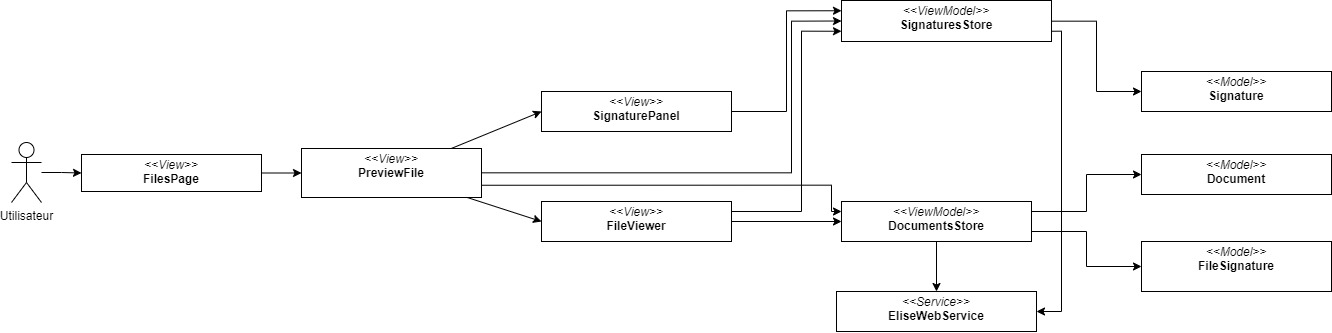
PFE-Neoledge-2023/rapport keeps this draw.io diagram as images_pfe/dca_sprint4.png. Above is the earlier version. Source tidied: cells renumbered, new cells last; positions are measured from the earlier drawing's top-left corner, leaving out a move shared by most shapes. The source it was exported from:
```xml
<mxGraphModel>
  <root>
    <mxCell id="0" />
    <mxCell id="1" parent="0" />
    <mxCell id="2" style="edgeStyle=orthogonalEdgeStyle;rounded=0;jettySize=auto;html=1;entryX=0;entryY=0.5;entryDx=0;entryDy=0;" parent="1" edge="1" source="3" target="5">
      <mxGeometry relative="1" as="geometry" />
    </mxCell>
    <mxCell id="3" value="Utilisateur" style="shape=umlActor;verticalLabelPosition=bottom;verticalAlign=top;html=1;outlineConnect=0;" parent="1" vertex="1">
      <mxGeometry y="142" width="30" height="60" as="geometry" />
    </mxCell>
    <mxCell id="4" style="edgeStyle=none;html=1;entryX=0;entryY=0.5;entryDx=0;entryDy=0;" parent="1" edge="1" source="5" target="15">
      <mxGeometry relative="1" as="geometry" />
    </mxCell>
    <mxCell id="5" value="&lt;p style=&quot;margin:0px;margin-top:4px;text-align:center;&quot;&gt;&lt;i&gt;&amp;lt;&amp;lt;View&amp;gt;&amp;gt;&lt;/i&gt;&lt;br&gt;&lt;b&gt;FilesPage&lt;/b&gt;&lt;/p&gt;&lt;p style=&quot;border-color: var(--border-color); margin: 0px 0px 0px 4px;&quot;&gt;&lt;br&gt;&lt;/p&gt;" style="verticalAlign=top;align=left;overflow=fill;fontSize=12;fontFamily=Helvetica;html=1;whiteSpace=wrap;" parent="1" vertex="1">
      <mxGeometry x="70" y="154" width="180" height="37" as="geometry" />
    </mxCell>
    <mxCell id="6" style="edgeStyle=orthogonalEdgeStyle;rounded=0;html=1;entryX=0;entryY=0.5;entryDx=0;entryDy=0;exitX=1;exitY=0.75;exitDx=0;exitDy=0;" parent="1" edge="1" source="9" target="21">
      <mxGeometry relative="1" as="geometry" />
    </mxCell>
    <mxCell id="7" style="edgeStyle=orthogonalEdgeStyle;rounded=0;html=1;entryX=0;entryY=0.5;entryDx=0;entryDy=0;exitX=1;exitY=0.25;exitDx=0;exitDy=0;" parent="1" edge="1" source="9" target="25">
      <mxGeometry relative="1" as="geometry" />
    </mxCell>
    <mxCell id="8" style="edgeStyle=orthogonalEdgeStyle;rounded=0;html=1;entryX=0.5;entryY=0;entryDx=0;entryDy=0;" parent="1" edge="1" source="9" target="26">
      <mxGeometry relative="1" as="geometry" />
    </mxCell>
    <mxCell id="9" value="&lt;p style=&quot;margin:0px;margin-top:4px;text-align:center;&quot;&gt;&lt;i&gt;&amp;lt;&amp;lt;ViewModel&amp;gt;&amp;gt;&lt;/i&gt;&lt;br&gt;&lt;b&gt;DocumentsStore&lt;/b&gt;&lt;/p&gt;&lt;div&gt;&lt;br&gt;&lt;/div&gt;" style="verticalAlign=top;align=left;overflow=fill;fontSize=12;fontFamily=Helvetica;html=1;whiteSpace=wrap;" parent="1" vertex="1">
      <mxGeometry x="830" y="201" width="190" height="40" as="geometry" />
    </mxCell>
    <mxCell id="10" value="&lt;p style=&quot;margin:0px;margin-top:4px;text-align:center;&quot;&gt;&lt;i&gt;&amp;lt;&amp;lt;Model&amp;gt;&amp;gt;&lt;/i&gt;&lt;br&gt;&lt;b&gt;Signature&lt;/b&gt;&lt;/p&gt;&lt;p style=&quot;margin:0px;margin-left:4px;&quot;&gt;&lt;br&gt;&lt;/p&gt;" style="verticalAlign=top;align=left;overflow=fill;fontSize=12;fontFamily=Helvetica;html=1;whiteSpace=wrap;" parent="1" vertex="1">
      <mxGeometry x="1130" y="71" width="190" height="40" as="geometry" />
    </mxCell>
    <mxCell id="11" style="edgeStyle=none;html=1;entryX=0;entryY=0.5;entryDx=0;entryDy=0;" parent="1" edge="1" source="15" target="18">
      <mxGeometry relative="1" as="geometry" />
    </mxCell>
    <mxCell id="12" style="edgeStyle=none;html=1;entryX=0;entryY=0.5;entryDx=0;entryDy=0;" parent="1" edge="1" source="15" target="20">
      <mxGeometry relative="1" as="geometry" />
    </mxCell>
    <mxCell id="13" style="edgeStyle=orthogonalEdgeStyle;rounded=0;html=1;entryX=0;entryY=0.5;entryDx=0;entryDy=0;" parent="1" edge="1" source="15" target="24">
      <mxGeometry relative="1" as="geometry">
        <Array as="points">
          <mxPoint x="780" y="173" />
          <mxPoint x="780" y="21" />
        </Array>
      </mxGeometry>
    </mxCell>
    <mxCell id="14" style="edgeStyle=orthogonalEdgeStyle;rounded=0;html=1;exitX=1;exitY=0.75;exitDx=0;exitDy=0;entryX=0;entryY=0.25;entryDx=0;entryDy=0;" parent="1" edge="1" source="15" target="9">
      <mxGeometry relative="1" as="geometry">
        <Array as="points">
          <mxPoint x="820" y="185" />
          <mxPoint x="820" y="211" />
        </Array>
      </mxGeometry>
    </mxCell>
    <mxCell id="15" value="&lt;p style=&quot;margin:0px;margin-top:4px;text-align:center;&quot;&gt;&lt;i&gt;&amp;lt;&amp;lt;View&amp;gt;&amp;gt;&lt;/i&gt;&lt;br&gt;&lt;b&gt;PreviewFile&lt;br&gt;&lt;/b&gt;&lt;/p&gt;" style="verticalAlign=top;align=left;overflow=fill;fontSize=12;fontFamily=Helvetica;html=1;whiteSpace=wrap;" parent="1" vertex="1">
      <mxGeometry x="290" y="148" width="180" height="49" as="geometry" />
    </mxCell>
    <mxCell id="16" style="edgeStyle=orthogonalEdgeStyle;rounded=0;html=1;entryX=0;entryY=0.5;entryDx=0;entryDy=0;" parent="1" edge="1" source="18" target="9">
      <mxGeometry relative="1" as="geometry" />
    </mxCell>
    <mxCell id="17" style="edgeStyle=orthogonalEdgeStyle;rounded=0;html=1;entryX=0;entryY=0.75;entryDx=0;entryDy=0;" parent="1" edge="1" source="18" target="24">
      <mxGeometry relative="1" as="geometry">
        <Array as="points">
          <mxPoint x="790" y="211" />
          <mxPoint x="790" y="31" />
        </Array>
      </mxGeometry>
    </mxCell>
    <mxCell id="18" value="&lt;p style=&quot;margin:0px;margin-top:4px;text-align:center;&quot;&gt;&lt;i&gt;&amp;lt;&amp;lt;View&amp;gt;&amp;gt;&lt;/i&gt;&lt;br&gt;&lt;b&gt;FileViewer&lt;/b&gt;&lt;/p&gt;&lt;p style=&quot;border-color: var(--border-color); margin: 0px 0px 0px 4px;&quot;&gt;&lt;br&gt;&lt;/p&gt;" style="verticalAlign=top;align=left;overflow=fill;fontSize=12;fontFamily=Helvetica;html=1;whiteSpace=wrap;" parent="1" vertex="1">
      <mxGeometry x="530" y="201" width="190" height="40" as="geometry" />
    </mxCell>
    <mxCell id="19" style="edgeStyle=orthogonalEdgeStyle;rounded=0;html=1;entryX=0;entryY=0.25;entryDx=0;entryDy=0;" parent="1" edge="1" source="20" target="24">
      <mxGeometry relative="1" as="geometry" />
    </mxCell>
    <mxCell id="20" value="&lt;p style=&quot;margin:0px;margin-top:4px;text-align:center;&quot;&gt;&lt;i&gt;&amp;lt;&amp;lt;View&amp;gt;&amp;gt;&lt;/i&gt;&lt;br&gt;&lt;b&gt;SignaturePanel&lt;/b&gt;&lt;br&gt;&lt;/p&gt;&lt;p style=&quot;border-color: var(--border-color); margin: 0px 0px 0px 4px;&quot;&gt;&lt;br&gt;&lt;/p&gt;" style="verticalAlign=top;align=left;overflow=fill;fontSize=12;fontFamily=Helvetica;html=1;whiteSpace=wrap;" parent="1" vertex="1">
      <mxGeometry x="530" y="91" width="190" height="40" as="geometry" />
    </mxCell>
    <mxCell id="21" value="&lt;p style=&quot;margin:0px;margin-top:4px;text-align:center;&quot;&gt;&lt;i&gt;&amp;lt;&amp;lt;Model&amp;gt;&amp;gt;&lt;/i&gt;&lt;br&gt;&lt;b&gt;FileSignature&lt;/b&gt;&lt;/p&gt;" style="verticalAlign=top;align=left;overflow=fill;fontSize=12;fontFamily=Helvetica;html=1;whiteSpace=wrap;" parent="1" vertex="1">
      <mxGeometry x="1130" y="241" width="190" height="50" as="geometry" />
    </mxCell>
    <mxCell id="22" style="edgeStyle=orthogonalEdgeStyle;html=1;entryX=0;entryY=0.5;entryDx=0;entryDy=0;rounded=0;" parent="1" edge="1" source="24" target="10">
      <mxGeometry relative="1" as="geometry" />
    </mxCell>
    <mxCell id="23" style="edgeStyle=orthogonalEdgeStyle;rounded=0;html=1;exitX=1;exitY=0.75;exitDx=0;exitDy=0;entryX=1;entryY=0.5;entryDx=0;entryDy=0;" parent="1" edge="1" source="24" target="26">
      <mxGeometry relative="1" as="geometry" />
    </mxCell>
    <mxCell id="24" value="&lt;p style=&quot;margin:0px;margin-top:4px;text-align:center;&quot;&gt;&lt;i&gt;&amp;lt;&amp;lt;ViewModel&amp;gt;&amp;gt;&lt;/i&gt;&lt;br&gt;&lt;b&gt;SignaturesStore&lt;/b&gt;&lt;/p&gt;&lt;p style=&quot;margin:0px;margin-left:4px;&quot;&gt;&lt;br&gt;&lt;/p&gt;" style="verticalAlign=top;align=left;overflow=fill;fontSize=12;fontFamily=Helvetica;html=1;whiteSpace=wrap;" parent="1" vertex="1">
      <mxGeometry x="830" width="210" height="41" as="geometry" />
    </mxCell>
    <mxCell id="25" value="&lt;p style=&quot;margin:0px;margin-top:4px;text-align:center;&quot;&gt;&lt;i&gt;&amp;lt;&amp;lt;Model&amp;gt;&amp;gt;&lt;/i&gt;&lt;br&gt;&lt;b&gt;Document&lt;/b&gt;&lt;/p&gt;&lt;p style=&quot;margin: 0px 0px 0px 4px;&quot;&gt;&lt;br&gt;&lt;/p&gt;" style="verticalAlign=top;align=left;overflow=fill;fontSize=12;fontFamily=Helvetica;html=1;whiteSpace=wrap;" parent="1" vertex="1">
      <mxGeometry x="1130" y="154" width="190" height="40" as="geometry" />
    </mxCell>
    <mxCell id="26" value="&lt;p style=&quot;margin:0px;margin-top:4px;text-align:center;&quot;&gt;&lt;i&gt;&amp;lt;&amp;lt;Service&amp;gt;&amp;gt;&lt;/i&gt;&lt;br&gt;&lt;b&gt;EliseWebService&lt;/b&gt;&lt;/p&gt;&lt;p style=&quot;margin:0px;margin-left:4px;&quot;&gt;&lt;br&gt;&lt;/p&gt;" style="verticalAlign=top;align=left;overflow=fill;fontSize=12;fontFamily=Helvetica;html=1;whiteSpace=wrap;" parent="1" vertex="1">
      <mxGeometry x="825" y="291" width="200" height="40" as="geometry" />
    </mxCell>
  </root>
</mxGraphModel>
```
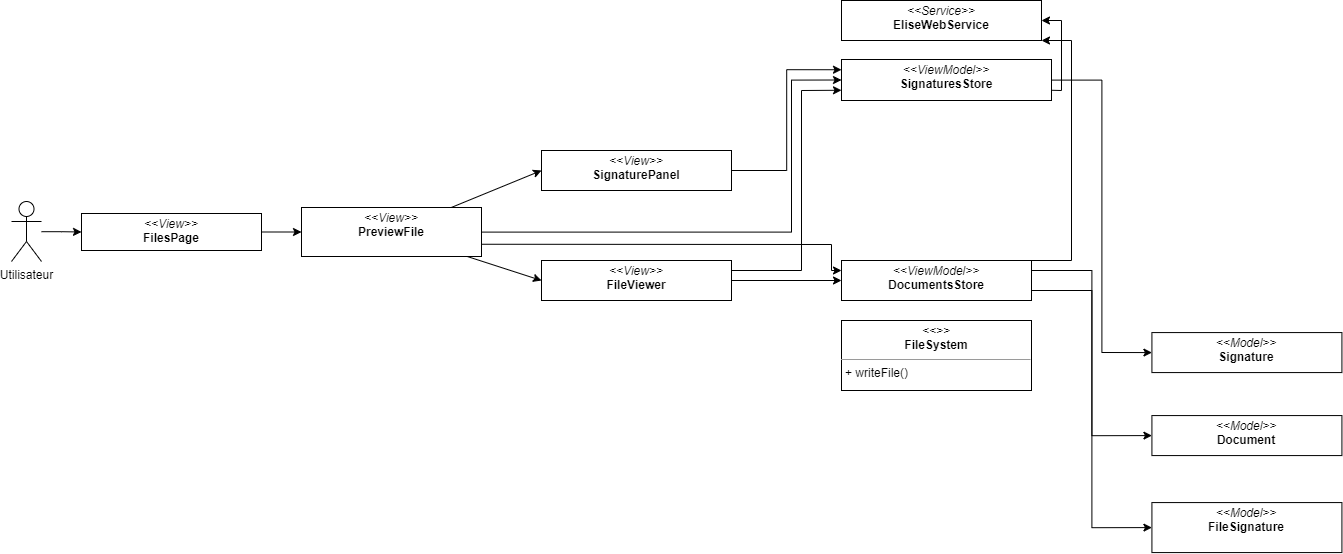
After the change.

What changed in the source:
```diff
@@ -20,14 +20,19 @@
     <mxCell id="7" style="edgeStyle=orthogonalEdgeStyle;rounded=0;html=1;entryX=0;entryY=0.5;entryDx=0;entryDy=0;exitX=1;exitY=0.25;exitDx=0;exitDy=0;" parent="1" edge="1" source="9" target="25">
       <mxGeometry relative="1" as="geometry" />
     </mxCell>
-    <mxCell id="8" style="edgeStyle=orthogonalEdgeStyle;rounded=0;html=1;entryX=0.5;entryY=0;entryDx=0;entryDy=0;" parent="1" edge="1" source="9" target="26">
-      <mxGeometry relative="1" as="geometry" />
+    <mxCell id="8" style="edgeStyle=orthogonalEdgeStyle;rounded=0;html=1;exitX=1;exitY=0;exitDx=0;exitDy=0;entryX=1;entryY=1;entryDx=0;entryDy=0;" parent="1" edge="1" source="9" target="26">
+      <mxGeometry relative="1" as="geometry">
+        <Array as="points">
+          <mxPoint x="1060" y="201" />
+          <mxPoint x="1060" y="-19" />
+        </Array>
+      </mxGeometry>
     </mxCell>
     <mxCell id="9" value="&lt;p style=&quot;margin:0px;margin-top:4px;text-align:center;&quot;&gt;&lt;i&gt;&amp;lt;&amp;lt;ViewModel&amp;gt;&amp;gt;&lt;/i&gt;&lt;br&gt;&lt;b&gt;DocumentsStore&lt;/b&gt;&lt;/p&gt;&lt;div&gt;&lt;br&gt;&lt;/div&gt;" style="verticalAlign=top;align=left;overflow=fill;fontSize=12;fontFamily=Helvetica;html=1;whiteSpace=wrap;" parent="1" vertex="1">
       <mxGeometry x="830" y="201" width="190" height="40" as="geometry" />
     </mxCell>
     <mxCell id="10" value="&lt;p style=&quot;margin:0px;margin-top:4px;text-align:center;&quot;&gt;&lt;i&gt;&amp;lt;&amp;lt;Model&amp;gt;&amp;gt;&lt;/i&gt;&lt;br&gt;&lt;b&gt;Signature&lt;/b&gt;&lt;/p&gt;&lt;p style=&quot;margin:0px;margin-left:4px;&quot;&gt;&lt;br&gt;&lt;/p&gt;" style="verticalAlign=top;align=left;overflow=fill;fontSize=12;fontFamily=Helvetica;html=1;whiteSpace=wrap;" parent="1" vertex="1">
-      <mxGeometry x="1130" y="71" width="190" height="40" as="geometry" />
+      <mxGeometry x="1140.4" y="273.1" width="190" height="40" as="geometry" />
     </mxCell>
     <mxCell id="11" style="edgeStyle=none;html=1;entryX=0;entryY=0.5;entryDx=0;entryDy=0;" parent="1" edge="1" source="15" target="18">
       <mxGeometry relative="1" as="geometry" />
@@ -75,7 +80,7 @@
       <mxGeometry x="530" y="91" width="190" height="40" as="geometry" />
     </mxCell>
     <mxCell id="21" value="&lt;p style=&quot;margin:0px;margin-top:4px;text-align:center;&quot;&gt;&lt;i&gt;&amp;lt;&amp;lt;Model&amp;gt;&amp;gt;&lt;/i&gt;&lt;br&gt;&lt;b&gt;FileSignature&lt;/b&gt;&lt;/p&gt;" style="verticalAlign=top;align=left;overflow=fill;fontSize=12;fontFamily=Helvetica;html=1;whiteSpace=wrap;" parent="1" vertex="1">
-      <mxGeometry x="1130" y="241" width="190" height="50" as="geometry" />
+      <mxGeometry x="1140.4" y="443.1" width="190" height="50" as="geometry" />
     </mxCell>
     <mxCell id="22" style="edgeStyle=orthogonalEdgeStyle;html=1;entryX=0;entryY=0.5;entryDx=0;entryDy=0;rounded=0;" parent="1" edge="1" source="24" target="10">
       <mxGeometry relative="1" as="geometry" />
@@ -87,10 +92,13 @@
       <mxGeometry x="830" width="210" height="41" as="geometry" />
     </mxCell>
     <mxCell id="25" value="&lt;p style=&quot;margin:0px;margin-top:4px;text-align:center;&quot;&gt;&lt;i&gt;&amp;lt;&amp;lt;Model&amp;gt;&amp;gt;&lt;/i&gt;&lt;br&gt;&lt;b&gt;Document&lt;/b&gt;&lt;/p&gt;&lt;p style=&quot;margin: 0px 0px 0px 4px;&quot;&gt;&lt;br&gt;&lt;/p&gt;" style="verticalAlign=top;align=left;overflow=fill;fontSize=12;fontFamily=Helvetica;html=1;whiteSpace=wrap;" parent="1" vertex="1">
-      <mxGeometry x="1130" y="154" width="190" height="40" as="geometry" />
+      <mxGeometry x="1140.4" y="356.1" width="190" height="40" as="geometry" />
     </mxCell>
     <mxCell id="26" value="&lt;p style=&quot;margin:0px;margin-top:4px;text-align:center;&quot;&gt;&lt;i&gt;&amp;lt;&amp;lt;Service&amp;gt;&amp;gt;&lt;/i&gt;&lt;br&gt;&lt;b&gt;EliseWebService&lt;/b&gt;&lt;/p&gt;&lt;p style=&quot;margin:0px;margin-left:4px;&quot;&gt;&lt;br&gt;&lt;/p&gt;" style="verticalAlign=top;align=left;overflow=fill;fontSize=12;fontFamily=Helvetica;html=1;whiteSpace=wrap;" parent="1" vertex="1">
-      <mxGeometry x="825" y="291" width="200" height="40" as="geometry" />
+      <mxGeometry x="830" y="-59" width="200" height="40" as="geometry" />
     </mxCell>
+    <mxCell id="27" value="&lt;p style=&quot;margin:0px;margin-top:4px;text-align:center;&quot;&gt;&lt;i&gt;&amp;lt;&amp;lt;&amp;gt;&amp;gt;&lt;/i&gt;&lt;br&gt;&lt;b&gt;FileSystem&lt;/b&gt;&lt;/p&gt;&lt;hr size=&quot;1&quot;&gt;&lt;p style=&quot;margin:0px;margin-left:4px;&quot;&gt;&lt;span style=&quot;background-color: initial;&quot;&gt;+ writeFile()&lt;/span&gt;&lt;/p&gt;" style="verticalAlign=top;align=left;overflow=fill;fontSize=12;fontFamily=Helvetica;html=1;whiteSpace=wrap;" parent="1" vertex="1">
+      <mxGeometry x="830" y="261" width="190" height="70" as="geometry" />
+    </mxCell>
   </root>
 </mxGraphModel>
```
